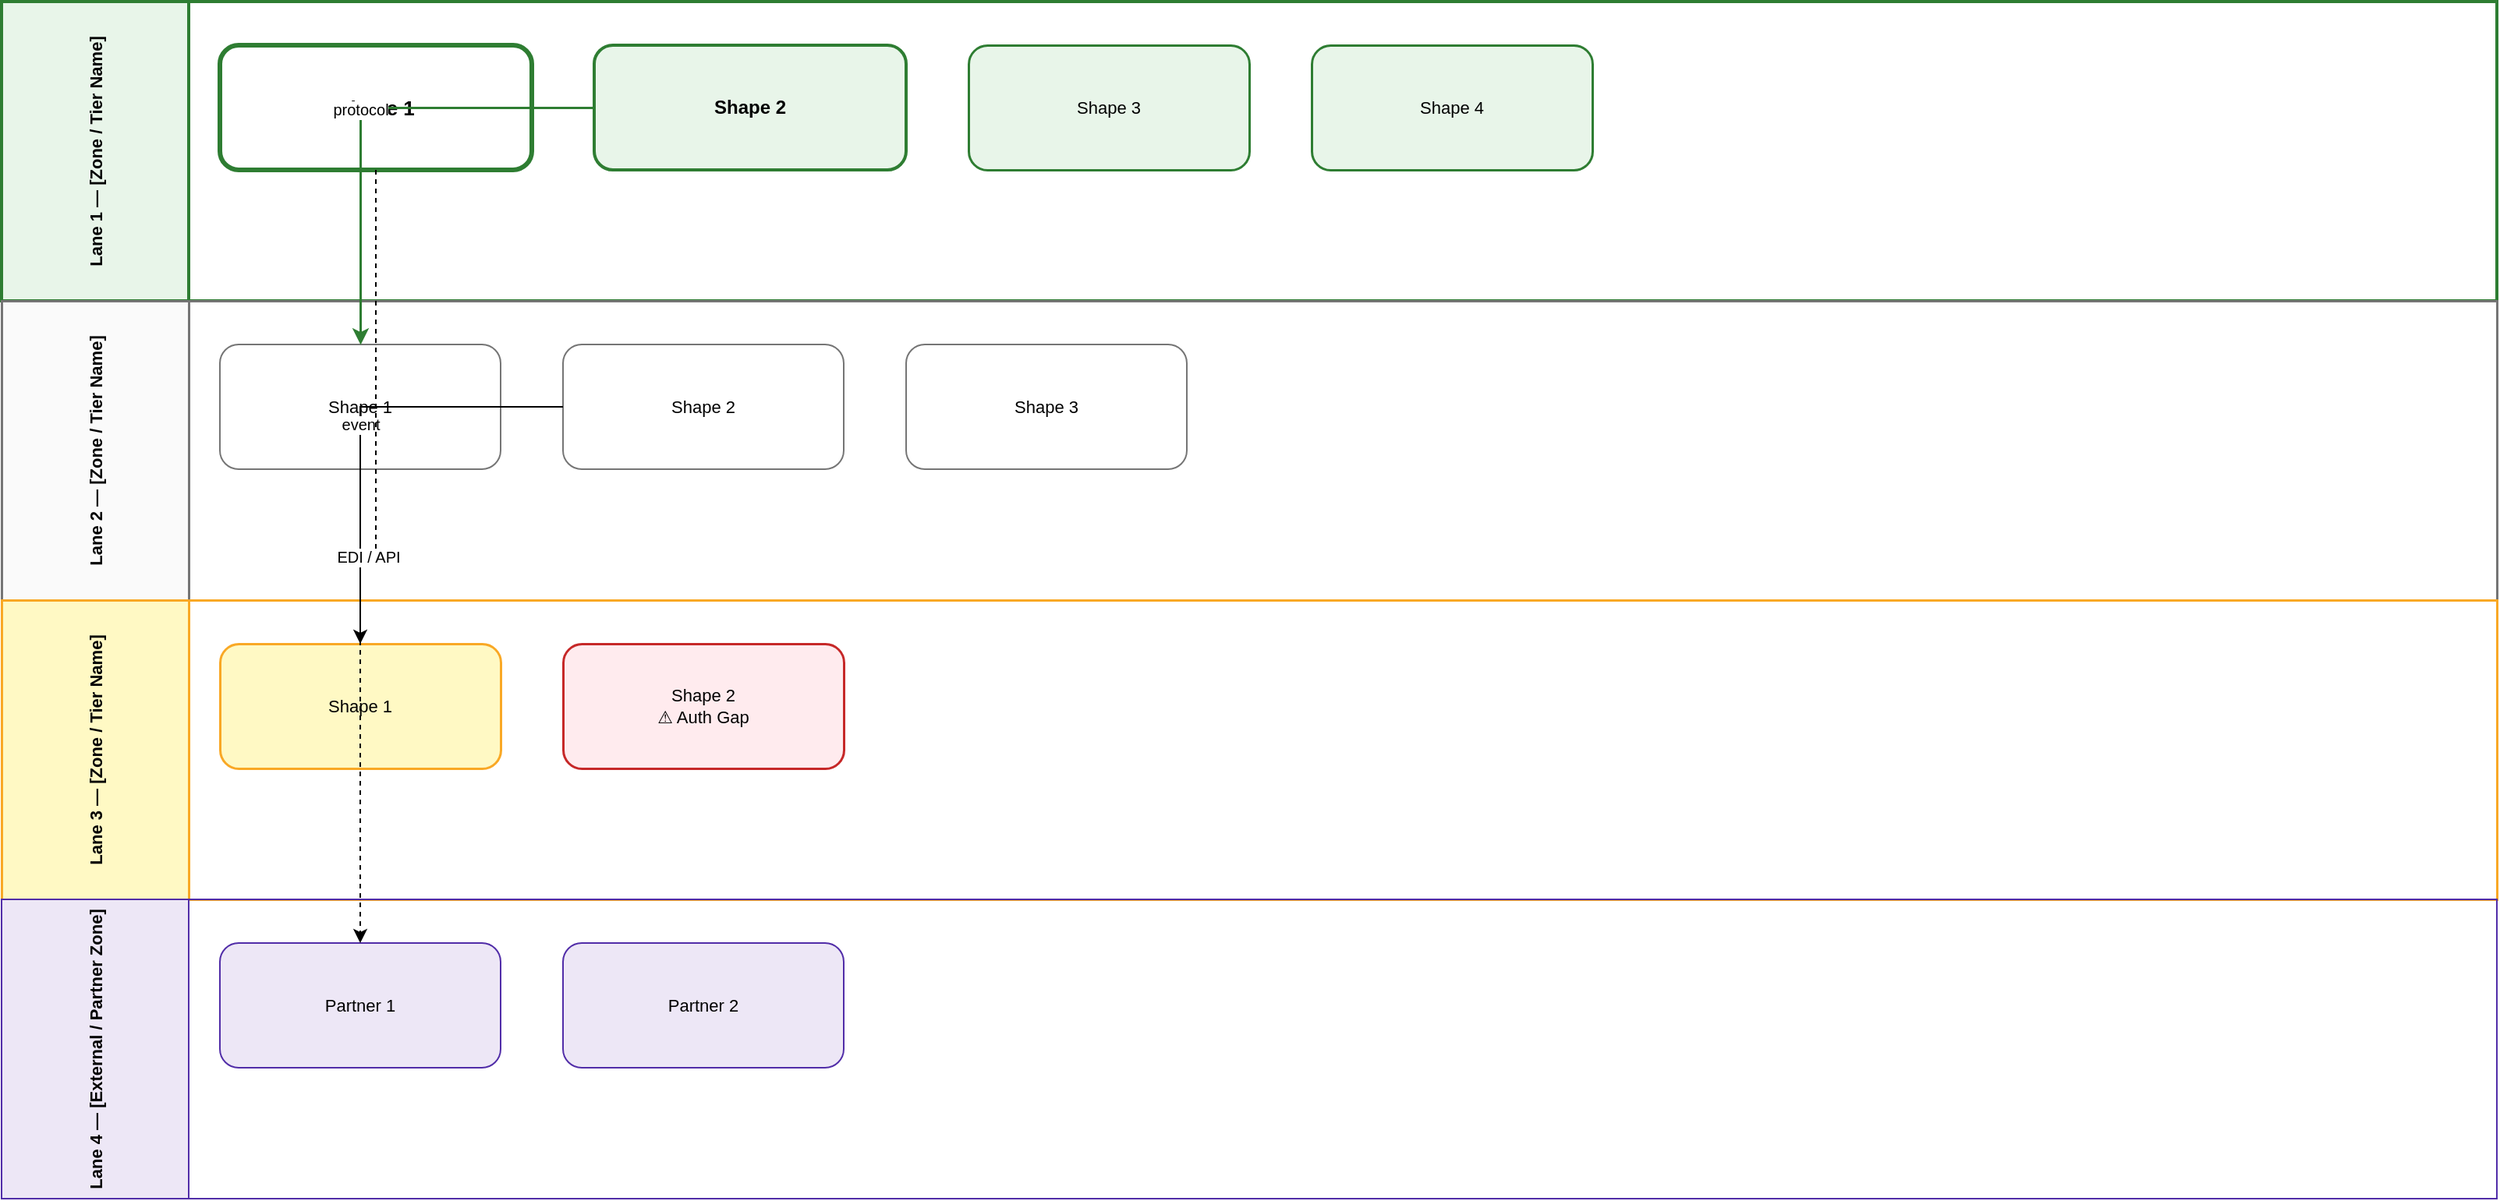
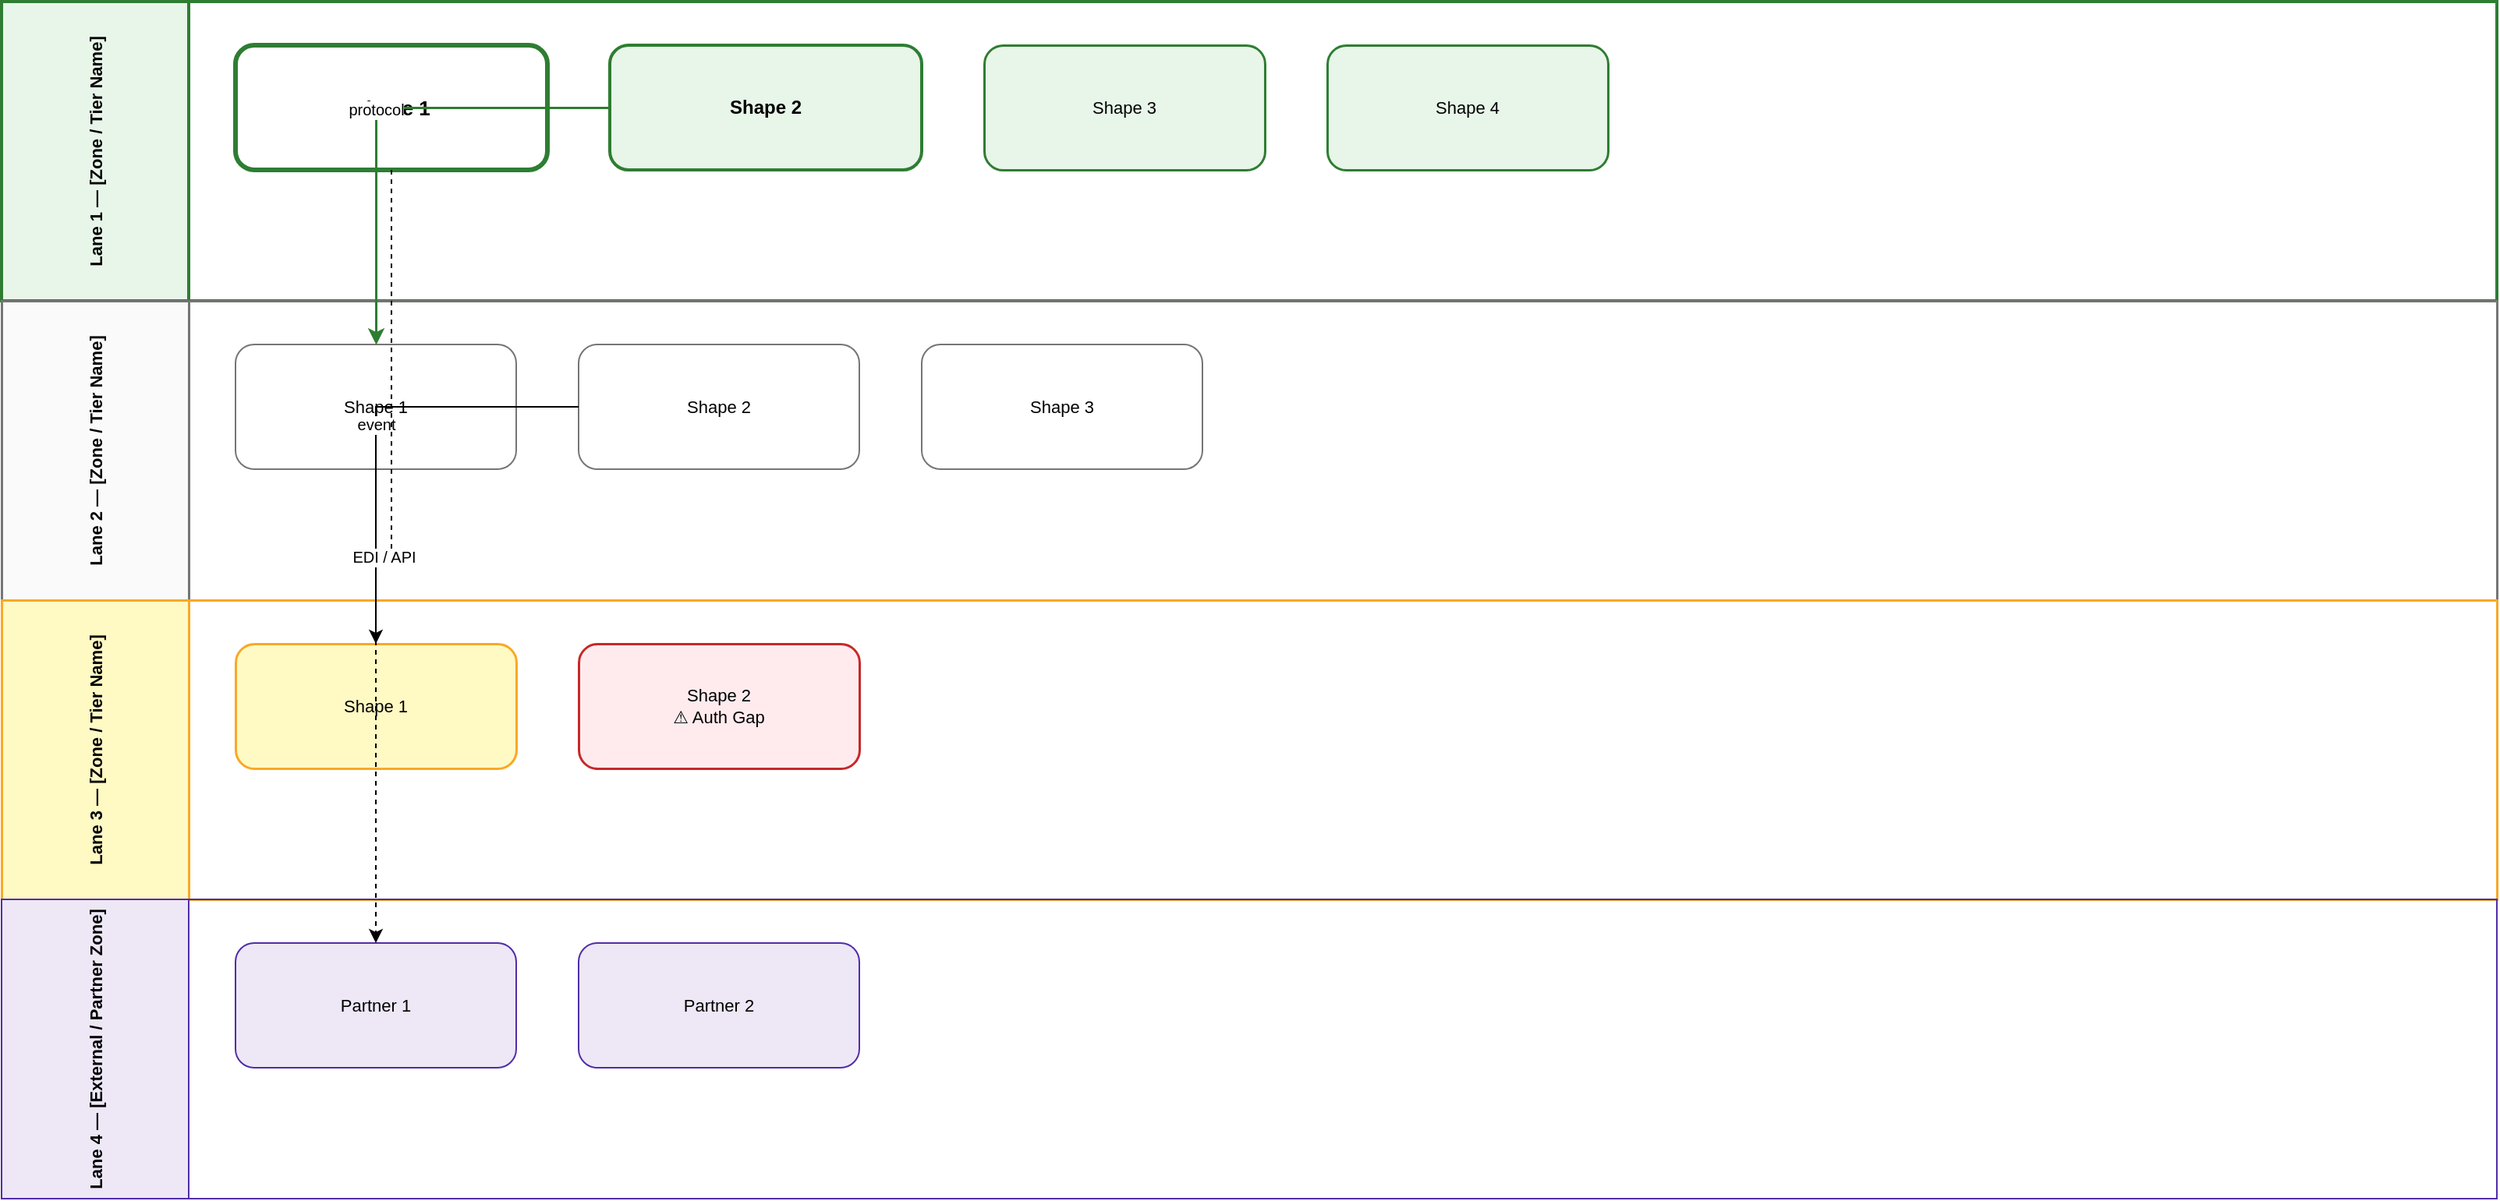
<mxfile host="app.diagrams.net" type="device" version="24.0.0">
  <diagram name="TEMPLATE — Horizontal Swimlanes" id="tpl-swim">
    <mxGraphModel dx="1600" dy="1040" grid="1" gridSize="24" guides="1" tooltips="1" connect="1" arrows="1" fold="1" page="1" pageScale="1" pageWidth="1600" pageHeight="1040" math="0" shadow="0">
      <root>
        <mxCell id="0"/>
        <mxCell id="1" parent="0"/>

        <mxCell id="lane1" value="Lane 1 — [Zone / Tier Name]" style="swimlane;startSize=120;horizontal=0;fillColor=#E8F5E9;strokeColor=#2E7D32;strokeWidth=2;fontSize=11;fontStyle=1;" vertex="1" parent="1">
          <mxGeometry x="0" y="0" width="1600" height="192" as="geometry"/>
        </mxCell>
        <mxCell id="l1s1" value="Shape 1" style="rounded=1;whiteSpace=wrap;html=1;fillColor=#FFFFFF;strokeColor=#2E7D32;strokeWidth=3;fontSize=13;fontStyle=1;" vertex="1" parent="lane1">
-           <mxGeometry x="140" y="28" width="200" height="80" as="geometry"/>
+           <mxGeometry x="150" y="28" width="200" height="80" as="geometry"/>
        </mxCell>
        <mxCell id="l1s2" value="Shape 2" style="rounded=1;whiteSpace=wrap;html=1;fillColor=#E8F5E9;strokeColor=#2E7D32;strokeWidth=2;fontSize=12;fontStyle=1;" vertex="1" parent="lane1">
-           <mxGeometry x="380" y="28" width="200" height="80" as="geometry"/>
+           <mxGeometry x="390" y="28" width="200" height="80" as="geometry"/>
        </mxCell>
        <mxCell id="l1s3" value="Shape 3" style="rounded=1;whiteSpace=wrap;html=1;fillColor=#E8F5E9;strokeColor=#2E7D32;strokeWidth=1.5;fontSize=11;" vertex="1" parent="lane1">
-           <mxGeometry x="620" y="28" width="180" height="80" as="geometry"/>
+           <mxGeometry x="630" y="28" width="180" height="80" as="geometry"/>
        </mxCell>
        <mxCell id="l1s4" value="Shape 4" style="rounded=1;whiteSpace=wrap;html=1;fillColor=#E8F5E9;strokeColor=#2E7D32;strokeWidth=1.5;fontSize=11;" vertex="1" parent="lane1">
-           <mxGeometry x="840" y="28" width="180" height="80" as="geometry"/>
+           <mxGeometry x="850" y="28" width="180" height="80" as="geometry"/>
        </mxCell>

        <mxCell id="lane2" value="Lane 2 — [Zone / Tier Name]" style="swimlane;startSize=120;horizontal=0;fillColor=#FAFAFA;strokeColor=#757575;strokeWidth=1.5;fontSize=11;fontStyle=1;" vertex="1" parent="1">
          <mxGeometry x="0" y="192" width="1600" height="192" as="geometry"/>
        </mxCell>
        <mxCell id="l2s1" value="Shape 1" style="rounded=1;whiteSpace=wrap;html=1;fillColor=#FFFFFF;strokeColor=#757575;strokeWidth=1;fontSize=11;" vertex="1" parent="lane2">
-           <mxGeometry x="140" y="28" width="180" height="80" as="geometry"/>
+           <mxGeometry x="150" y="28" width="180" height="80" as="geometry"/>
        </mxCell>
        <mxCell id="l2s2" value="Shape 2" style="rounded=1;whiteSpace=wrap;html=1;fillColor=#FFFFFF;strokeColor=#757575;strokeWidth=1;fontSize=11;" vertex="1" parent="lane2">
-           <mxGeometry x="360" y="28" width="180" height="80" as="geometry"/>
+           <mxGeometry x="370" y="28" width="180" height="80" as="geometry"/>
        </mxCell>
        <mxCell id="l2s3" value="Shape 3" style="rounded=1;whiteSpace=wrap;html=1;fillColor=#FFFFFF;strokeColor=#757575;strokeWidth=1;fontSize=11;" vertex="1" parent="lane2">
-           <mxGeometry x="580" y="28" width="180" height="80" as="geometry"/>
+           <mxGeometry x="590" y="28" width="180" height="80" as="geometry"/>
        </mxCell>

        <mxCell id="lane3" value="Lane 3 — [Zone / Tier Name]" style="swimlane;startSize=120;horizontal=0;fillColor=#FFF9C4;strokeColor=#F9A825;strokeWidth=1.5;fontSize=11;fontStyle=1;" vertex="1" parent="1">
          <mxGeometry x="0" y="384" width="1600" height="192" as="geometry"/>
        </mxCell>
        <mxCell id="l3s1" value="Shape 1" style="rounded=1;whiteSpace=wrap;html=1;fillColor=#FFF9C4;strokeColor=#F9A825;strokeWidth=1.5;fontSize=11;" vertex="1" parent="lane3">
-           <mxGeometry x="140" y="28" width="180" height="80" as="geometry"/>
+           <mxGeometry x="150" y="28" width="180" height="80" as="geometry"/>
        </mxCell>
        <mxCell id="l3s2" value="Shape 2&#xa;⚠ Auth Gap" style="rounded=1;whiteSpace=wrap;html=1;fillColor=#FFEBEE;strokeColor=#C62828;strokeWidth=1.5;fontSize=11;" vertex="1" parent="lane3">
-           <mxGeometry x="360" y="28" width="180" height="80" as="geometry"/>
+           <mxGeometry x="370" y="28" width="180" height="80" as="geometry"/>
        </mxCell>

        <mxCell id="lane4" value="Lane 4 — [External / Partner Zone]" style="swimlane;startSize=120;horizontal=0;fillColor=#EDE7F6;strokeColor=#512DA8;strokeWidth=1;fontSize=11;fontStyle=1;" vertex="1" parent="1">
          <mxGeometry x="0" y="576" width="1600" height="192" as="geometry"/>
        </mxCell>
        <mxCell id="l4s1" value="Partner 1" style="rounded=1;whiteSpace=wrap;html=1;fillColor=#EDE7F6;strokeColor=#512DA8;strokeWidth=1;fontSize=11;" vertex="1" parent="lane4">
-           <mxGeometry x="140" y="28" width="180" height="80" as="geometry"/>
+           <mxGeometry x="150" y="28" width="180" height="80" as="geometry"/>
        </mxCell>
        <mxCell id="l4s2" value="Partner 2" style="rounded=1;whiteSpace=wrap;html=1;fillColor=#EDE7F6;strokeColor=#512DA8;strokeWidth=1;fontSize=11;" vertex="1" parent="lane4">
-           <mxGeometry x="360" y="28" width="180" height="80" as="geometry"/>
+           <mxGeometry x="370" y="28" width="180" height="80" as="geometry"/>
        </mxCell>

        <mxCell id="e_l1_l2" value="protocol" style="edgeStyle=orthogonalEdgeStyle;rounded=0;orthogonalLoop=1;jettySize=auto;html=1;fontSize=10;strokeColor=#2E7D32;strokeWidth=1.5;" edge="1" source="l1s2" target="l2s1" parent="1">
          <mxGeometry relative="1" as="geometry"/>
        </mxCell>
        <mxCell id="e_l2_l3" value="event" style="edgeStyle=orthogonalEdgeStyle;rounded=0;orthogonalLoop=1;jettySize=auto;html=1;fontSize=10;" edge="1" source="l2s2" target="l3s1" parent="1">
          <mxGeometry relative="1" as="geometry"/>
        </mxCell>
        <mxCell id="e_l1_l4" value="EDI / API" style="edgeStyle=orthogonalEdgeStyle;rounded=0;orthogonalLoop=1;jettySize=auto;html=1;fontSize=10;dashed=1;" edge="1" source="l1s1" target="l4s1" parent="1">
          <mxGeometry relative="1" as="geometry"/>
        </mxCell>

      </root>
    </mxGraphModel>
  </diagram>
</mxfile>
